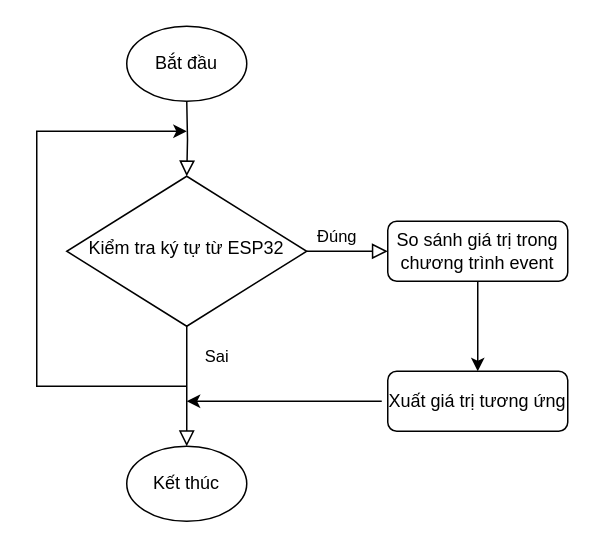
Earlier version of the draw.io diagram ESP32_Arduino.drawio (imvietp/Final_Thesis). Source tidied: cells renumbered, new cells numbered last; positions are measured from the earlier drawing's top-left corner, leaving out a move shared by most shapes. Both pictures are drawn from the tidied source at 150%, with x=0, y=0 at pixel (36, 26).
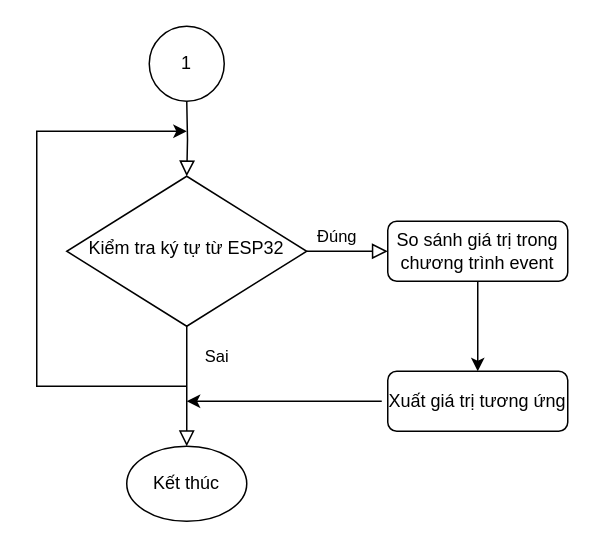
After the change.

The edit, as a diff of the source:
```diff
@@
 <mxGraphModel>
   <root>
     <mxCell id="0" />
     <mxCell id="1" parent="0" />
     <mxCell id="2" style="rounded=0;html=1;jettySize=auto;fontSize=11;endArrow=block;endFill=0;endSize=8;strokeWidth=1;shadow=0;labelBackgroundColor=none;edgeStyle=orthogonalEdgeStyle;" parent="1" edge="1" target="5">
       <mxGeometry relative="1" as="geometry">
         <mxPoint x="100" y="50" as="sourcePoint" />
       </mxGeometry>
     </mxCell>
     <mxCell id="3" value="Đúng" style="rounded=0;html=1;jettySize=auto;fontSize=11;endArrow=block;endFill=0;endSize=8;strokeWidth=1;shadow=0;labelBackgroundColor=none;edgeStyle=orthogonalEdgeStyle;entryX=0.5;entryY=0;entryDx=0;entryDy=0;" parent="1" edge="1" source="5" target="9">
       <mxGeometry x="-1" y="117" relative="1" as="geometry">
         <mxPoint x="-17" y="-60" as="offset" />
       </mxGeometry>
     </mxCell>
     <mxCell id="4" value="Sai" style="edgeStyle=orthogonalEdgeStyle;rounded=0;html=1;jettySize=auto;fontSize=11;endArrow=block;endFill=0;endSize=8;strokeWidth=1;shadow=0;labelBackgroundColor=none;" parent="1" edge="1" source="5" target="6">
       <mxGeometry x="-1" y="-92" relative="1" as="geometry">
         <mxPoint x="-60" y="-22" as="offset" />
       </mxGeometry>
     </mxCell>
     <mxCell id="5" value="Kiểm tra ký tự từ ESP32" style="rhombus;whiteSpace=wrap;html=1;shadow=0;fontFamily=Helvetica;fontSize=12;align=center;strokeWidth=1;spacing=6;spacingTop=-4;" parent="1" vertex="1">
       <mxGeometry x="20" y="100" width="160" height="100" as="geometry" />
     </mxCell>
     <mxCell id="6" value="So sánh giá trị trong chương trình event" style="rounded=1;whiteSpace=wrap;html=1;fontSize=12;glass=0;strokeWidth=1;shadow=0;" parent="1" vertex="1">
       <mxGeometry x="234" y="130" width="120" height="40" as="geometry" />
     </mxCell>
     <mxCell id="7" value="Xuất giá trị tương ứng" style="rounded=1;whiteSpace=wrap;html=1;fontSize=12;glass=0;strokeWidth=1;shadow=0;" parent="1" vertex="1">
       <mxGeometry x="234" y="230" width="120" height="40" as="geometry" />
     </mxCell>
-    <mxCell id="8" value="Bắt đầu" style="ellipse;whiteSpace=wrap;html=1;" parent="1" vertex="1">
-      <mxGeometry x="60" width="80" height="50" as="geometry" />
-    </mxCell>
     <mxCell id="9" value="Kết thúc" style="ellipse;whiteSpace=wrap;html=1;" parent="1" vertex="1">
       <mxGeometry x="60" y="280" width="80" height="50" as="geometry" />
     </mxCell>
     <mxCell id="10" style="endArrow=classic;html=1;rounded=0;exitX=0.5;exitY=1;exitDx=0;exitDy=0;entryX=0.5;entryY=0;entryDx=0;entryDy=0;" parent="1" edge="1" source="6" target="7">
       <mxGeometry relative="1" as="geometry" />
     </mxCell>
     <mxCell id="11" style="endArrow=classic;html=1;rounded=0;" parent="1" edge="1">
       <mxGeometry relative="1" as="geometry">
         <mxPoint x="230" y="250" as="sourcePoint" />
         <mxPoint x="100" y="250" as="targetPoint" />
       </mxGeometry>
     </mxCell>
     <mxCell id="12" style="endArrow=classic;html=1;rounded=0;" parent="1" edge="1">
       <mxGeometry relative="1" as="geometry">
         <mxPoint x="100" y="240" as="sourcePoint" />
         <mxPoint x="100" y="70" as="targetPoint" />
         <Array as="points">
           <mxPoint y="240" />
           <mxPoint y="70" />
         </Array>
       </mxGeometry>
     </mxCell>
+    <mxCell id="13" value="1" style="ellipse;whiteSpace=wrap;html=1;" parent="1" vertex="1">
+      <mxGeometry x="75" width="50" height="50" as="geometry" />
+    </mxCell>
   </root>
 </mxGraphModel>
```
